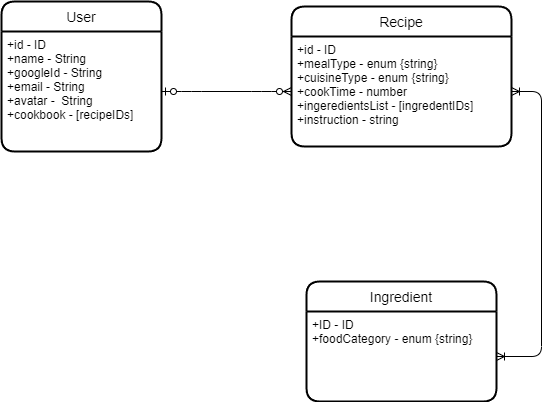
Before: assets/ERD.drawio.png, a diagram exported from draw.io (kfacison/Recipe_Repo_Project_2). Source tidied: cells renumbered, new cells last; positions are measured from the earlier drawing's top-left corner, leaving out a move shared by most shapes.
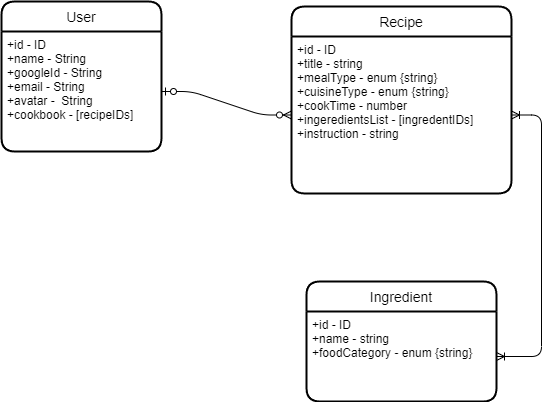
After the change.

Change to the diagram source:
```diff
@@ -3,10 +3,10 @@
     <mxCell id="0" />
     <mxCell id="1" parent="0" />
     <mxCell id="2" value="Recipe" style="swimlane;horizontal=1;startSize=30;rounded=1;fontSize=14;fontStyle=0;strokeWidth=2;shadow=0;dashed=0;align=center;" parent="1" vertex="1">
-      <mxGeometry x="290" y="5" width="220" height="140" as="geometry" />
+      <mxGeometry x="290" y="5" width="220" height="187" as="geometry" />
     </mxCell>
-    <mxCell id="3" value="+id - ID&#10;+mealType - enum {string}&#10;+cuisineType - enum {string}&#10;+cookTime - number&#10;+ingeredientsList - [ingredentIDs]&#10;+instruction - string" style="align=left;strokeColor=none;fillColor=none;spacingLeft=4;fontSize=12;verticalAlign=top;" parent="2" vertex="1">
-      <mxGeometry y="30" width="220" height="110" as="geometry" />
+    <mxCell id="3" value="+id - ID&#10;+title - string&#10;+mealType - enum {string}&#10;+cuisineType - enum {string}&#10;+cookTime - number&#10;+ingeredientsList - [ingredentIDs]&#10;+instruction - string" style="align=left;strokeColor=none;fillColor=none;spacingLeft=4;fontSize=12;verticalAlign=top;" parent="2" vertex="1">
+      <mxGeometry y="30" width="220" height="157" as="geometry" />
     </mxCell>
     <mxCell id="4" value="User" style="swimlane;horizontal=1;startSize=30;rounded=1;fontSize=14;fontStyle=0;strokeWidth=2;shadow=0;dashed=0;align=center;" parent="1" vertex="1">
       <mxGeometry width="160" height="150" as="geometry" />
@@ -17,7 +17,7 @@
     <mxCell id="6" value="Ingredient" style="swimlane;horizontal=1;startSize=30;rounded=1;fontSize=14;fontStyle=0;strokeWidth=2;shadow=0;dashed=0;align=center;" parent="1" vertex="1">
       <mxGeometry x="305" y="280" width="190" height="120" as="geometry" />
     </mxCell>
-    <mxCell id="7" value="+ID - ID&#10;+foodCategory - enum {string}&#10;" style="align=left;strokeColor=none;fillColor=none;spacingLeft=4;fontSize=12;verticalAlign=top;" parent="6" vertex="1">
+    <mxCell id="7" value="+id - ID&#10;+name - string&#10;+foodCategory - enum {string}" style="align=left;strokeColor=none;fillColor=none;spacingLeft=4;fontSize=12;verticalAlign=top;" parent="6" vertex="1">
       <mxGeometry y="30" width="190" height="90" as="geometry" />
     </mxCell>
     <mxCell id="8" style="edgeStyle=entityRelationEdgeStyle;fontSize=12;html=1;endArrow=ERzeroToMany;startArrow=ERzeroToOne;exitX=1;exitY=0.5;exitDx=0;exitDy=0;entryX=0;entryY=0.5;entryDx=0;entryDy=0;" parent="1" edge="1" source="5" target="3">
```
